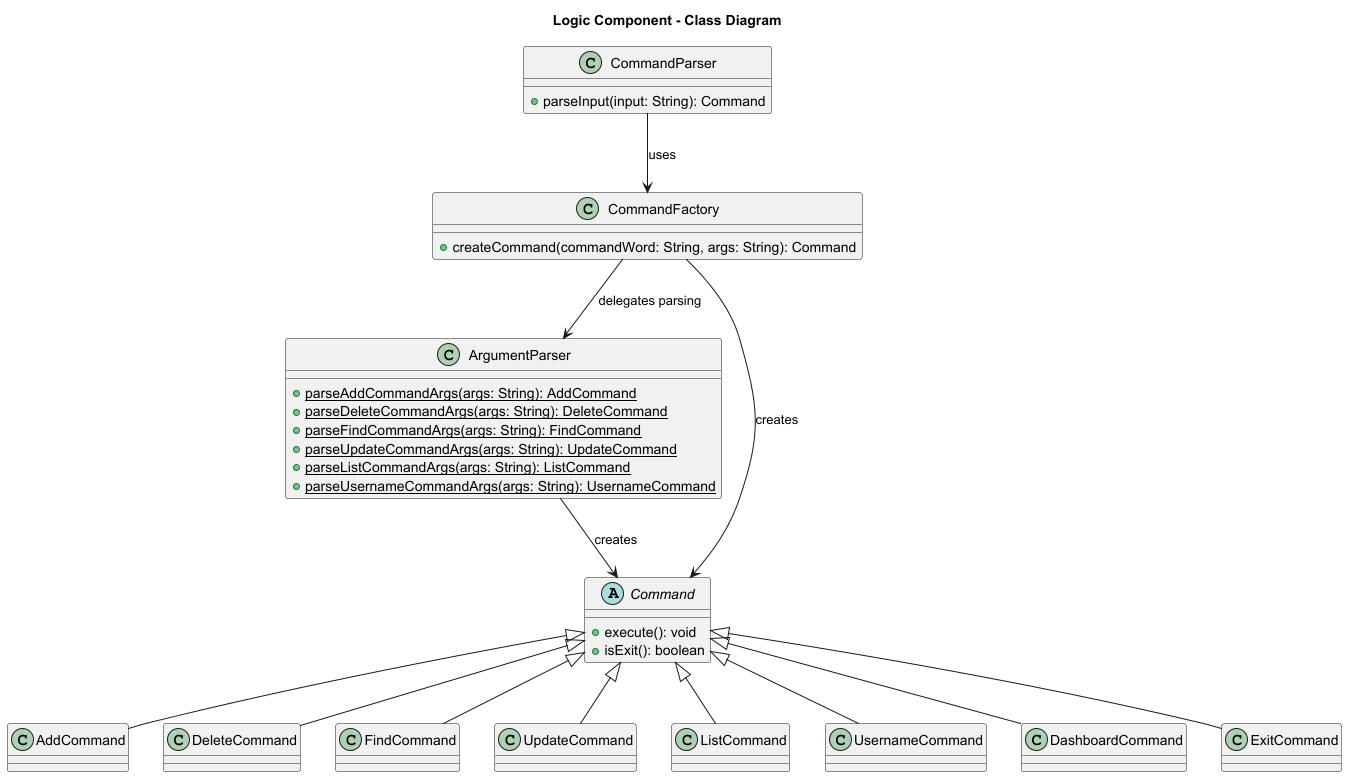
Earlier version of the PlantUML export docs/diagrams/LogicComponentCD.png (BenyAlbatross/tp). Source of this version:
```plantuml
@startuml
title Logic Component - Class Diagram

class CommandParser {
    + parseInput(input: String): Command
}

class CommandFactory {
    + createCommand(commandWord: String, args: String): Command
}

class ArgumentParser {
    + {static} parseAddCommandArgs(args: String): AddCommand
    + {static} parseDeleteCommandArgs(args: String): DeleteCommand
    + {static} parseFindCommandArgs(args: String): FindCommand
    + {static} parseUpdateCommandArgs(args: String): UpdateCommand
    + {static} parseListCommandArgs(args: String): ListCommand
    + {static} parseUsernameCommandArgs(args: String): UsernameCommand
}

abstract class Command {
    + execute(): void
    + isExit(): boolean
}

class AddCommand
class DeleteCommand
class FindCommand
class UpdateCommand
class ListCommand
class UsernameCommand
class DashboardCommand
class ExitCommand

CommandParser --> CommandFactory : uses
CommandFactory --> ArgumentParser : delegates parsing
CommandFactory --> Command : creates
ArgumentParser --> Command : creates
Command <|-- AddCommand
Command <|-- DeleteCommand
Command <|-- FindCommand
Command <|-- UpdateCommand
Command <|-- ListCommand
Command <|-- UsernameCommand
Command <|-- DashboardCommand
Command <|-- ExitCommand

@enduml
```
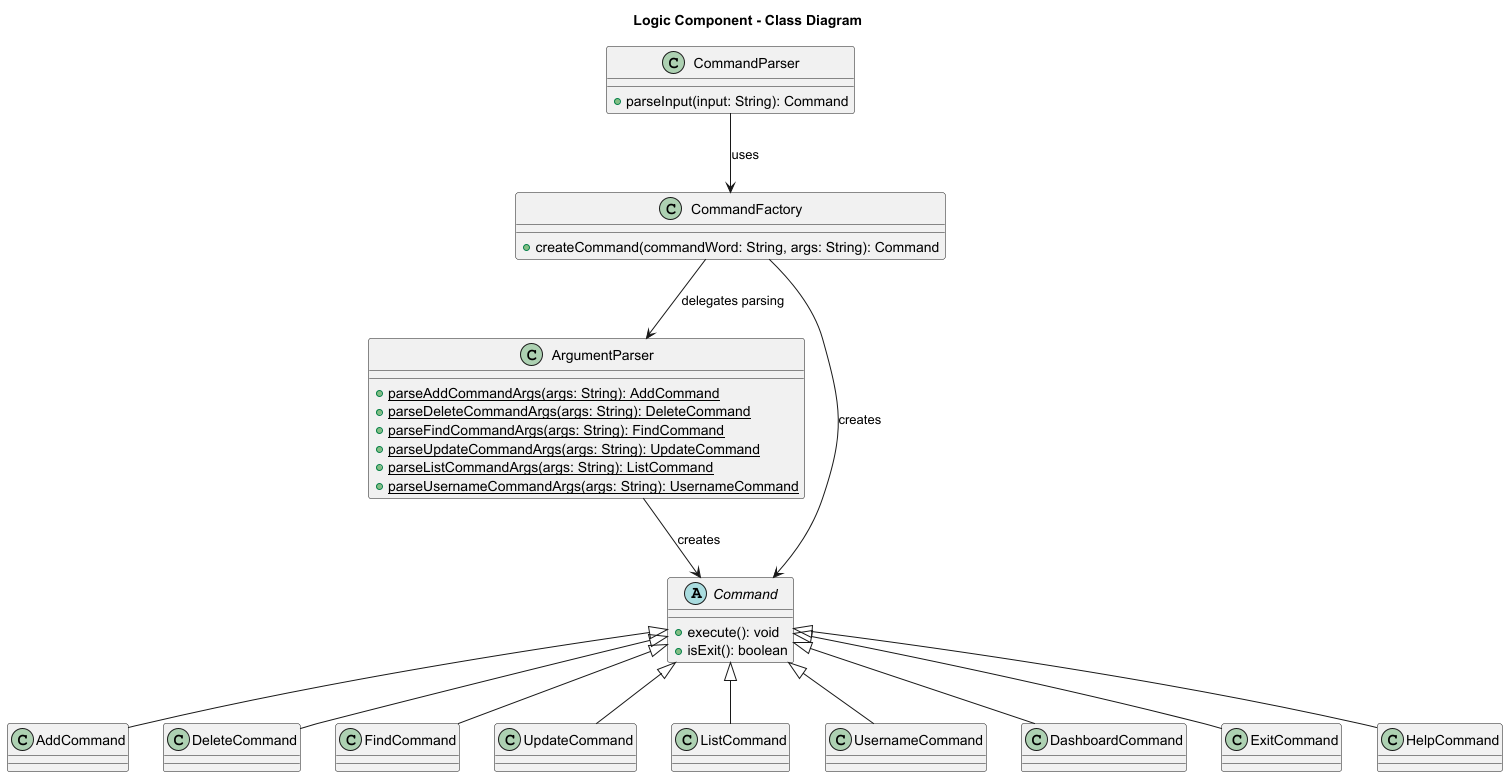
Above is the later version.

Commit message:
add HelpCommand stuffs to DG

Diff of the diagram source:
```diff
@@ -31,6 +31,7 @@
 class UsernameCommand
 class DashboardCommand
 class ExitCommand
+class HelpCommand
 
 CommandParser --> CommandFactory : uses
 CommandFactory --> ArgumentParser : delegates parsing
@@ -43,6 +44,7 @@
 Command <|-- ListCommand
 Command <|-- UsernameCommand
 Command <|-- DashboardCommand
+Command <|-- HelpCommand
 Command <|-- ExitCommand
 
 @enduml
```
